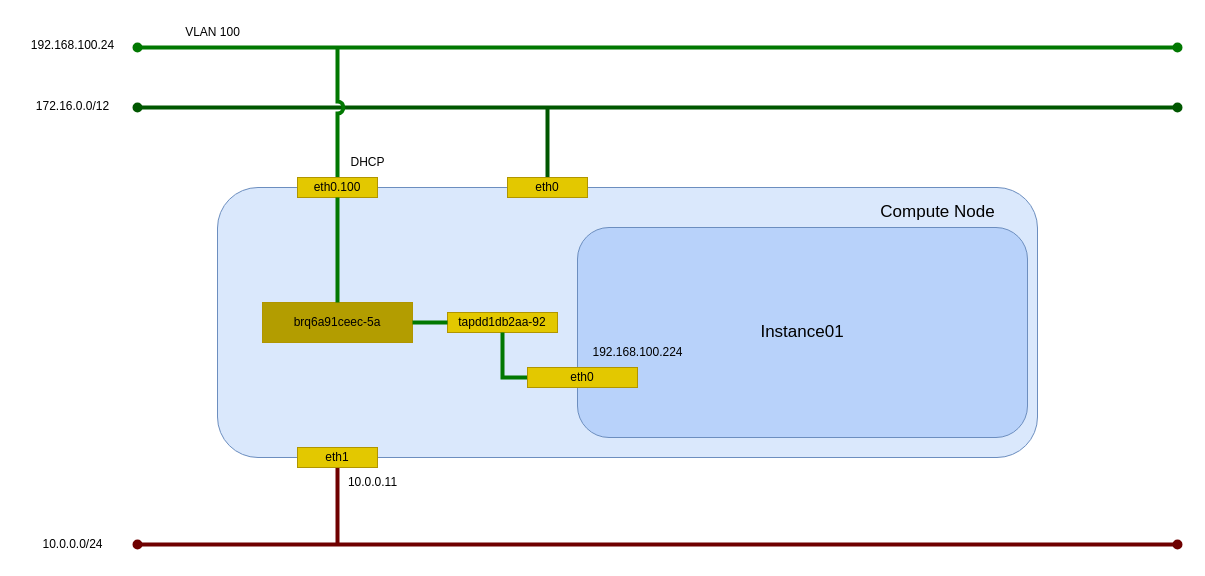
Before: _static/image/network_vlan_instance_linuxbridge.drawio in 9506hqwy/openstack_study_notes, a draw.io diagram. Source tidied: cells renumbered, new cells numbered last; positions are measured from the earlier drawing's top-left corner, leaving out a move shared by most shapes. Both pictures are drawn from the tidied source at 100%, with x=0, y=0 at pixel (17, 17).
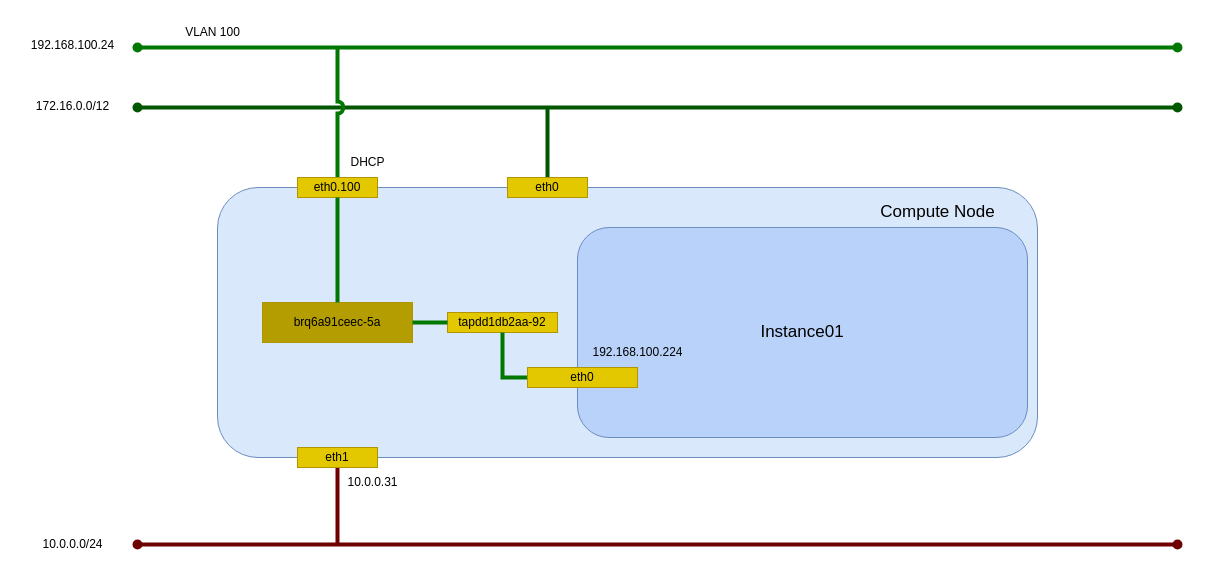
The same diagram, later.

What changed in the source:
```diff
@@
-    <mxCell id="16" value="10.0.0.11" style="text;html=1;align=center;verticalAlign=middle;strokeColor=none;fillColor=none;" parent="12" vertex="1">
+    <mxCell id="16" value="&lt;div&gt;10.0.0.31&lt;/div&gt;" style="text;html=1;align=center;verticalAlign=middle;strokeColor=none;fillColor=none;" parent="12" vertex="1">
       <mxGeometry x="320" y="450" width="70" height="30" as="geometry" />
     </mxCell>
```
